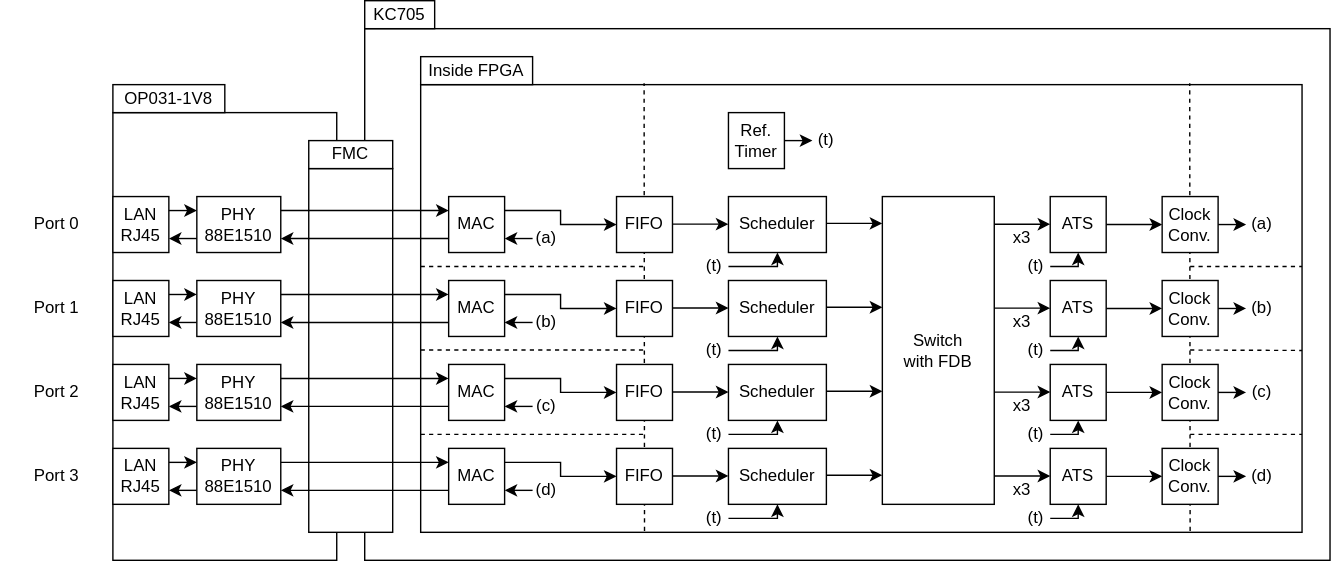
CCIRT/aist-tsn-switch keeps this draw.io diagram as overwiew_ats-switch.drawio.svg. Above is the earlier version. Source tidied: cells renumbered, new cells last; positions are measured from the earlier drawing's top-left corner, leaving out a move shared by most shapes.
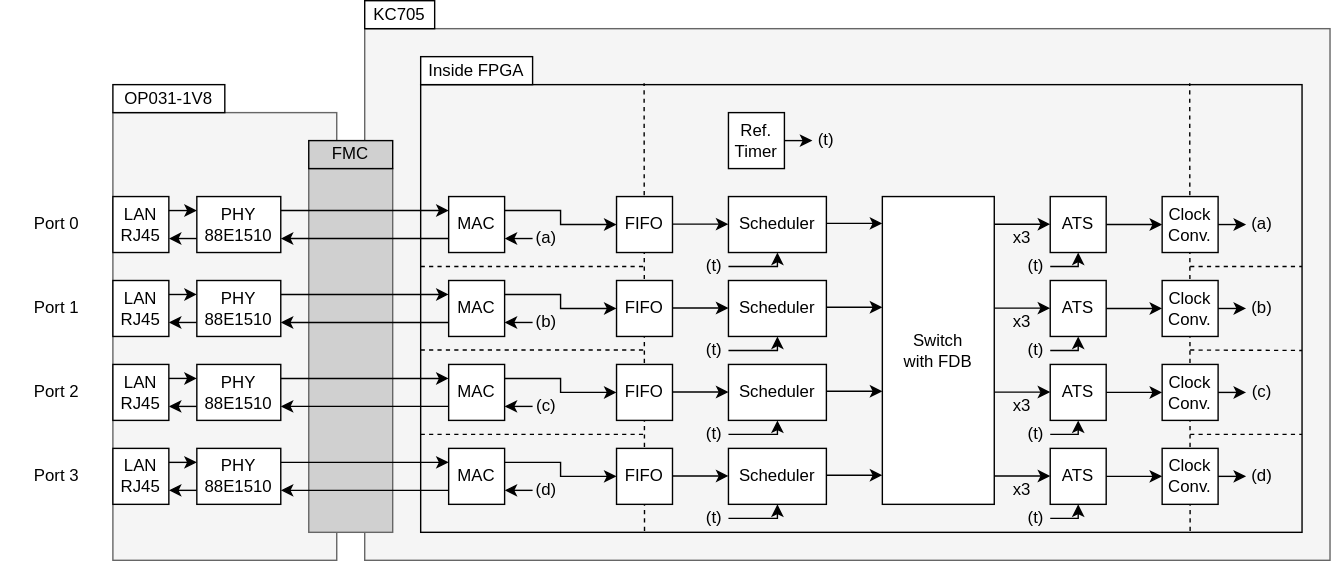
Later version of the same file.

What changed in the source:
```diff
@@ -2,7 +2,7 @@
   <root>
     <mxCell id="0" />
     <mxCell id="1" parent="0" />
-    <mxCell id="2" style="rounded=0;whiteSpace=wrap;html=1;fillColor=none;" parent="1" vertex="1">
+    <mxCell id="2" style="rounded=0;whiteSpace=wrap;html=1;fillColor=#f5f5f5;fontColor=#333333;strokeColor=#666666;" parent="1" vertex="1">
       <mxGeometry x="260" y="20" width="690" height="380" as="geometry" />
     </mxCell>
     <mxCell id="3" style="rounded=0;whiteSpace=wrap;html=1;fillColor=none;" parent="1" vertex="1">
@@ -14,7 +14,7 @@
         <mxPoint x="459.7" y="59" as="targetPoint" />
       </mxGeometry>
     </mxCell>
-    <mxCell id="5" style="rounded=0;whiteSpace=wrap;html=1;fillColor=none;" parent="1" vertex="1">
+    <mxCell id="5" style="rounded=0;whiteSpace=wrap;html=1;fillColor=#f5f5f5;fontColor=#333333;strokeColor=#666666;" parent="1" vertex="1">
       <mxGeometry x="80" y="80" width="160" height="320" as="geometry" />
     </mxCell>
     <mxCell id="6" value="PHY&lt;br&gt;88E1510" style="rounded=0;whiteSpace=wrap;html=1;" parent="1" vertex="1">
@@ -40,7 +40,7 @@
     <mxCell id="11" value="LAN&lt;br&gt;RJ45" style="rounded=0;whiteSpace=wrap;html=1;" parent="1" vertex="1">
       <mxGeometry x="80" y="140" width="40" height="40" as="geometry" />
     </mxCell>
-    <mxCell id="12" style="rounded=0;whiteSpace=wrap;html=1;verticalAlign=top;" parent="1" vertex="1">
+    <mxCell id="12" style="rounded=0;whiteSpace=wrap;html=1;verticalAlign=top;fillColor=#D0D0D0;fontColor=#333333;strokeColor=#666666;" parent="1" vertex="1">
       <mxGeometry x="220" y="120" width="60" height="260" as="geometry" />
     </mxCell>
     <mxCell id="13" style="edgeStyle=orthogonalEdgeStyle;rounded=0;html=1;entryX=0;entryY=0.25;entryDx=0;entryDy=0;exitX=1;exitY=0.25;exitDx=0;exitDy=0;" parent="1" edge="1" source="15" target="42">
@@ -243,7 +243,7 @@
     <mxCell id="64" value="Inside FPGA" style="rounded=0;whiteSpace=wrap;html=1;" parent="1" vertex="1">
       <mxGeometry x="300" y="40" width="80" height="20" as="geometry" />
     </mxCell>
-    <mxCell id="65" value="FMC" style="rounded=0;whiteSpace=wrap;html=1;" parent="1" vertex="1">
+    <mxCell id="65" value="FMC" style="rounded=0;whiteSpace=wrap;html=1;fillColor=#D0D0D0;" parent="1" vertex="1">
       <mxGeometry x="220" y="100" width="60" height="20" as="geometry" />
     </mxCell>
     <mxCell id="66" style="endArrow=none;html=1;rounded=0;dashed=1;" parent="1" edge="1">
```
